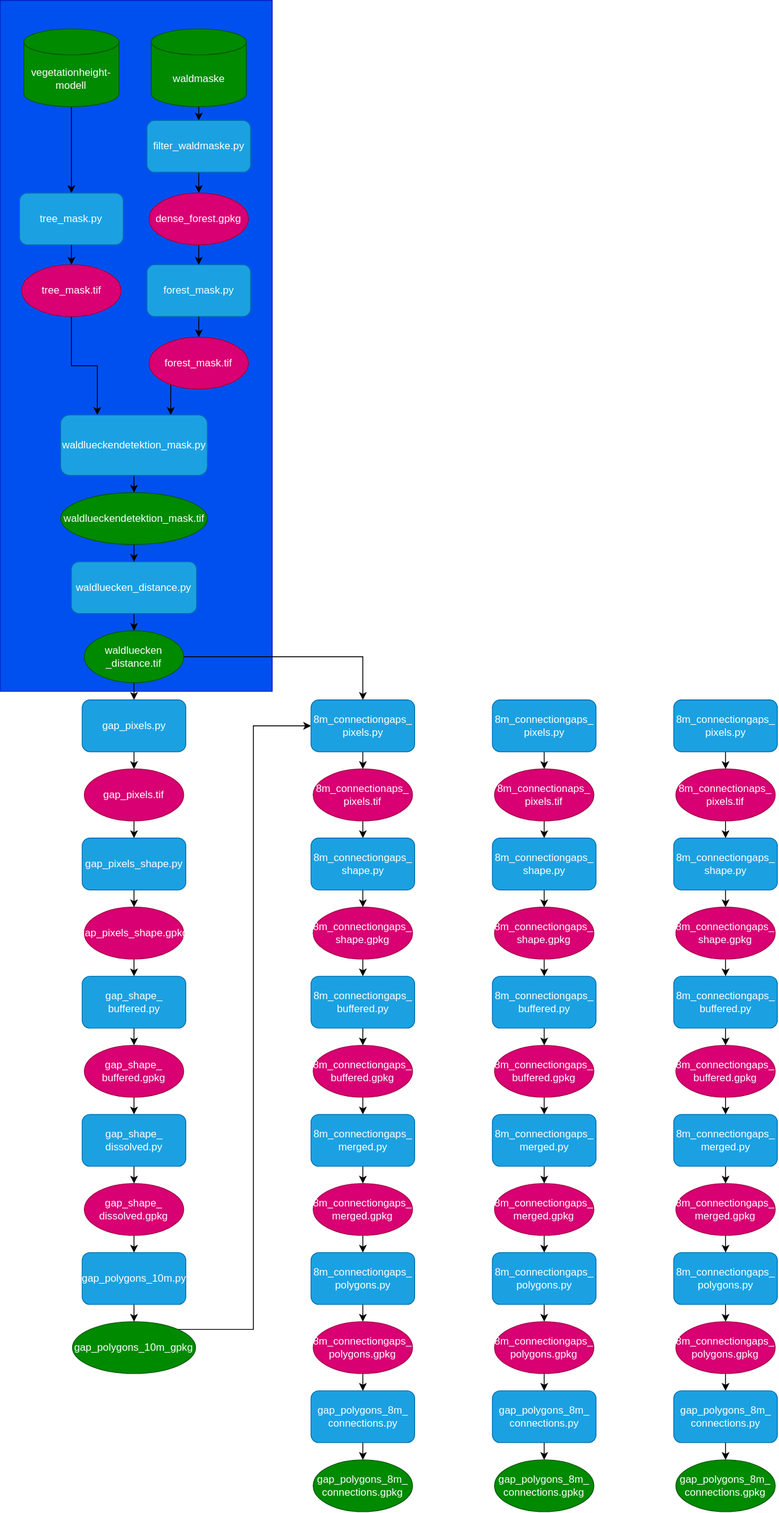
This is Lueckendetektion_scripts.drawio.svg from liobio72/Lueckendetektion, a draw.io export, as it was before one commit. Source tidied: cells renumbered, new cells last; positions are measured from the earlier drawing's top-left corner, leaving out a move shared by most shapes.
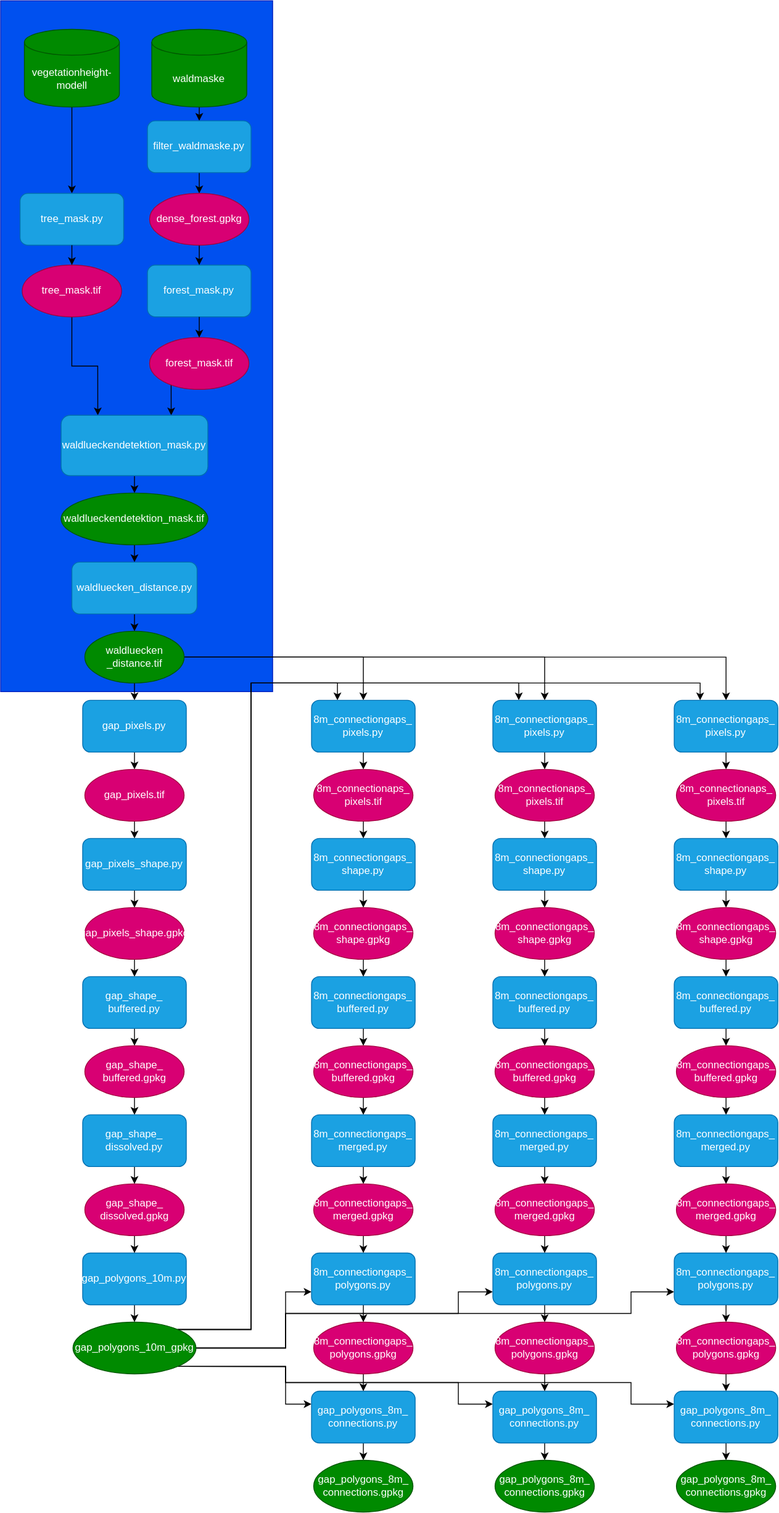
Later version of the same file.

What changed in the source:
```diff
@@ -65,6 +65,12 @@
     <mxCell id="22" style="edgeStyle=orthogonalEdgeStyle;rounded=0;jettySize=auto;html=1;exitX=1;exitY=0.5;exitDx=0;exitDy=0;entryX=0.5;entryY=0;entryDx=0;entryDy=0;" parent="1" edge="1" source="23" target="72">
       <mxGeometry relative="1" as="geometry" />
     </mxCell>
+    <mxCell id="121" style="edgeStyle=orthogonalEdgeStyle;rounded=0;jettySize=auto;html=1;exitX=1;exitY=0.5;exitDx=0;exitDy=0;entryX=0.5;entryY=0;entryDx=0;entryDy=0;" parent="1" edge="1" source="23" target="95">
+      <mxGeometry relative="1" as="geometry" />
+    </mxCell>
+    <mxCell id="122" style="edgeStyle=orthogonalEdgeStyle;rounded=0;jettySize=auto;html=1;exitX=1;exitY=0.5;exitDx=0;exitDy=0;entryX=0.5;entryY=0;entryDx=0;entryDy=0;" parent="1" edge="1" source="23" target="118">
+      <mxGeometry relative="1" as="geometry" />
+    </mxCell>
     <mxCell id="23" value="waldluecken&lt;div&gt;_distance.tif&lt;/div&gt;" style="ellipse;whiteSpace=wrap;html=1;fillColor=#008a00;fontColor=#ffffff;strokeColor=#005700;" parent="1" vertex="1">
       <mxGeometry x="427.5" y="730" width="115" height="60" as="geometry" />
     </mxCell>
@@ -128,9 +134,89 @@
     <mxCell id="43" value="gap_shape_&lt;div&gt;dissolved.py&lt;/div&gt;" style="rounded=1;whiteSpace=wrap;html=1;fillColor=#1ba1e2;fontColor=#ffffff;strokeColor=#006EAF;" parent="1" vertex="1">
       <mxGeometry x="425" y="1290" width="120" height="60" as="geometry" />
     </mxCell>
-    <mxCell id="44" style="rounded=0;jettySize=auto;html=1;exitX=1;exitY=0;exitDx=0;exitDy=0;edgeStyle=orthogonalEdgeStyle;entryX=0;entryY=0.5;entryDx=0;entryDy=0;" parent="1" edge="1" source="45" target="72">
-      <mxGeometry relative="1" as="geometry" />
+    <mxCell id="44" style="rounded=0;jettySize=auto;html=1;exitX=1;exitY=0;exitDx=0;exitDy=0;edgeStyle=orthogonalEdgeStyle;entryX=0.25;entryY=0;entryDx=0;entryDy=0;" parent="1" edge="1" source="45" target="72">
+      <mxGeometry relative="1" as="geometry">
+        <Array as="points">
+          <mxPoint x="620" y="1538.9" />
+          <mxPoint x="620" y="790" />
+          <mxPoint x="720" y="790" />
+        </Array>
+      </mxGeometry>
     </mxCell>
+    <mxCell id="123" style="edgeStyle=orthogonalEdgeStyle;rounded=0;jettySize=auto;html=1;exitX=1;exitY=0;exitDx=0;exitDy=0;entryX=0.25;entryY=0;entryDx=0;entryDy=0;" parent="1" edge="1" source="45" target="95">
+      <mxGeometry relative="1" as="geometry">
+        <Array as="points">
+          <mxPoint x="620" y="1538.9" />
+          <mxPoint x="620" y="790" />
+          <mxPoint x="930" y="790" />
+        </Array>
+      </mxGeometry>
+    </mxCell>
+    <mxCell id="124" style="edgeStyle=orthogonalEdgeStyle;rounded=0;jettySize=auto;html=1;exitX=1;exitY=0;exitDx=0;exitDy=0;entryX=0.25;entryY=0;entryDx=0;entryDy=0;" parent="1" edge="1" source="45" target="118">
+      <mxGeometry relative="1" as="geometry">
+        <Array as="points">
+          <mxPoint x="620" y="1538.9" />
+          <mxPoint x="620" y="790" />
+          <mxPoint x="1140" y="790" />
+        </Array>
+      </mxGeometry>
+    </mxCell>
+    <mxCell id="125" style="edgeStyle=orthogonalEdgeStyle;rounded=0;jettySize=auto;html=1;exitX=1;exitY=1;exitDx=0;exitDy=0;entryX=0;entryY=0.25;entryDx=0;entryDy=0;" parent="1" edge="1" source="45" target="92">
+      <mxGeometry relative="1" as="geometry">
+        <Array as="points">
+          <mxPoint x="660" y="1581.1" />
+          <mxPoint x="660" y="1600" />
+          <mxPoint x="860" y="1600" />
+          <mxPoint x="860" y="1625.1" />
+        </Array>
+      </mxGeometry>
+    </mxCell>
+    <mxCell id="126" style="edgeStyle=orthogonalEdgeStyle;rounded=0;jettySize=auto;html=1;exitX=1;exitY=1;exitDx=0;exitDy=0;entryX=0;entryY=0.25;entryDx=0;entryDy=0;" parent="1" edge="1" source="45" target="67">
+      <mxGeometry relative="1" as="geometry">
+        <Array as="points">
+          <mxPoint x="660" y="1581.1" />
+          <mxPoint x="660" y="1625.1" />
+        </Array>
+      </mxGeometry>
+    </mxCell>
+    <mxCell id="127" style="edgeStyle=orthogonalEdgeStyle;rounded=0;jettySize=auto;html=1;exitX=1;exitY=1;exitDx=0;exitDy=0;entryX=0;entryY=0.25;entryDx=0;entryDy=0;" parent="1" edge="1" source="45" target="115">
+      <mxGeometry relative="1" as="geometry">
+        <Array as="points">
+          <mxPoint x="660" y="1581.1" />
+          <mxPoint x="660" y="1600" />
+          <mxPoint x="1060" y="1600" />
+          <mxPoint x="1060" y="1625.1" />
+        </Array>
+      </mxGeometry>
+    </mxCell>
+    <mxCell id="128" style="edgeStyle=orthogonalEdgeStyle;rounded=0;jettySize=auto;html=1;exitX=1;exitY=0.5;exitDx=0;exitDy=0;entryX=0;entryY=0.75;entryDx=0;entryDy=0;" parent="1" edge="1" source="45" target="61">
+      <mxGeometry relative="1" as="geometry">
+        <Array as="points">
+          <mxPoint x="660" y="1560" />
+          <mxPoint x="660" y="1495" />
+        </Array>
+      </mxGeometry>
+    </mxCell>
+    <mxCell id="129" style="edgeStyle=orthogonalEdgeStyle;rounded=0;jettySize=auto;html=1;exitX=1;exitY=0.5;exitDx=0;exitDy=0;entryX=0;entryY=0.75;entryDx=0;entryDy=0;" parent="1" edge="1" source="45" target="86">
+      <mxGeometry relative="1" as="geometry">
+        <Array as="points">
+          <mxPoint x="660" y="1560" />
+          <mxPoint x="660" y="1520" />
+          <mxPoint x="860" y="1520" />
+          <mxPoint x="860" y="1495" />
+        </Array>
+      </mxGeometry>
+    </mxCell>
+    <mxCell id="130" style="edgeStyle=orthogonalEdgeStyle;rounded=0;jettySize=auto;html=1;exitX=1;exitY=0.5;exitDx=0;exitDy=0;entryX=0;entryY=0.75;entryDx=0;entryDy=0;" parent="1" edge="1" source="45" target="109">
+      <mxGeometry relative="1" as="geometry">
+        <Array as="points">
+          <mxPoint x="660" y="1560" />
+          <mxPoint x="660" y="1520" />
+          <mxPoint x="1060" y="1520" />
+          <mxPoint x="1060" y="1495" />
+        </Array>
+      </mxGeometry>
+    </mxCell>
     <mxCell id="45" value="gap_polygons_10m_gpkg" style="ellipse;whiteSpace=wrap;html=1;fillColor=#008a00;fontColor=#ffffff;strokeColor=#005700;" parent="1" vertex="1">
       <mxGeometry x="413.8" y="1530" width="142.5" height="60" as="geometry" />
     </mxCell>
```
